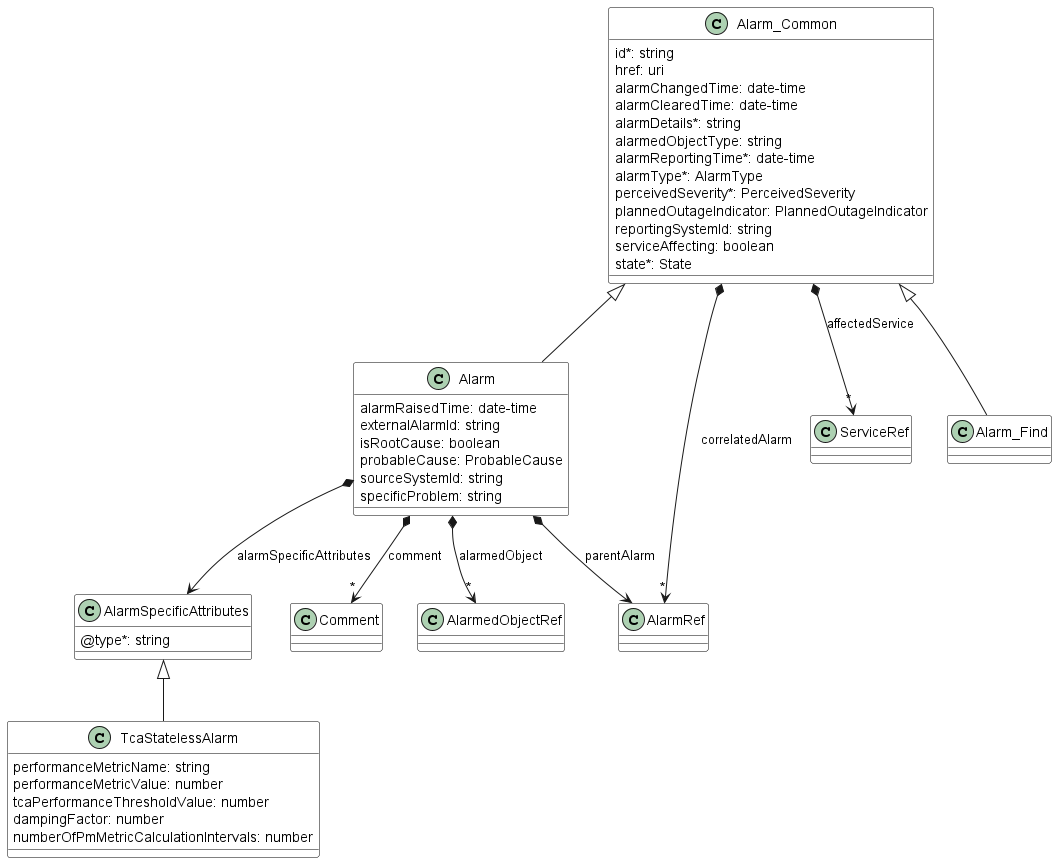
This is documentation/serviceApi/alarm/media/statelessTCAAlarmModel.png from MEF-GIT/MEF-LSO-Legato-SDK, a PlantUML export, as it was before one commit.
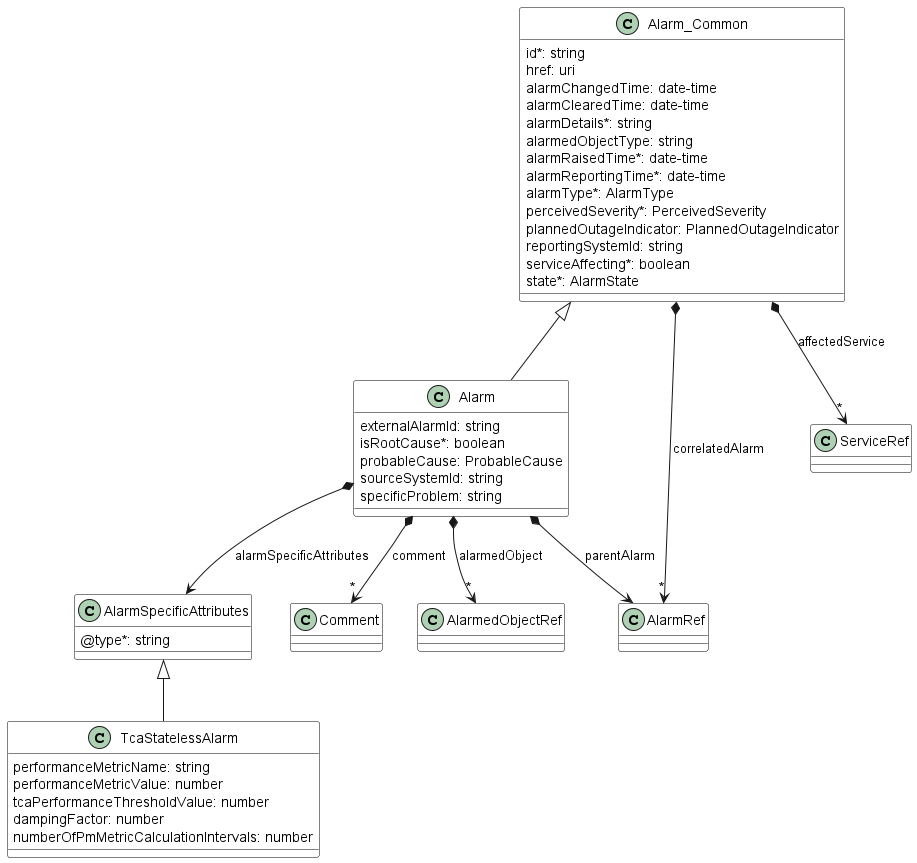
The same diagram one commit later.

Diff of the diagram source:
```diff
@@ -6,9 +6,8 @@
 
 class Alarm {
 
-    alarmRaisedTime: date-time
     externalAlarmId: string
-    isRootCause: boolean
+    isRootCause*: boolean
     probableCause: ProbableCause
     sourceSystemId: string
     specificProblem: string
@@ -20,12 +19,9 @@
 Alarm *--> AlarmRef : parentAlarm
 Alarm *--> AlarmSpecificAttributes : alarmSpecificAttributes
 
-
 class AlarmRef {
 
 }
-
-
 
 class AlarmSpecificAttributes {
 
@@ -41,30 +37,21 @@
     alarmClearedTime: date-time
     alarmDetails*: string
     alarmedObjectType: string
+    alarmRaisedTime*: date-time
     alarmReportingTime*: date-time
     alarmType*: AlarmType
     perceivedSeverity*: PerceivedSeverity
     plannedOutageIndicator: PlannedOutageIndicator
     reportingSystemId: string
-    serviceAffecting: boolean
-    state*: State
+    serviceAffecting*: boolean
+    state*: AlarmState
 }
 
 Alarm_Common *-->"*" ServiceRef : affectedService
 Alarm_Common *-->"*" AlarmRef : correlatedAlarm
 
-
-class Alarm_Find {
-
-}
-Alarm_Common <|-- Alarm_Find
-
-
-
 class AlarmedObjectRef {
 }
-
-
 
 class Comment {
 }
```
